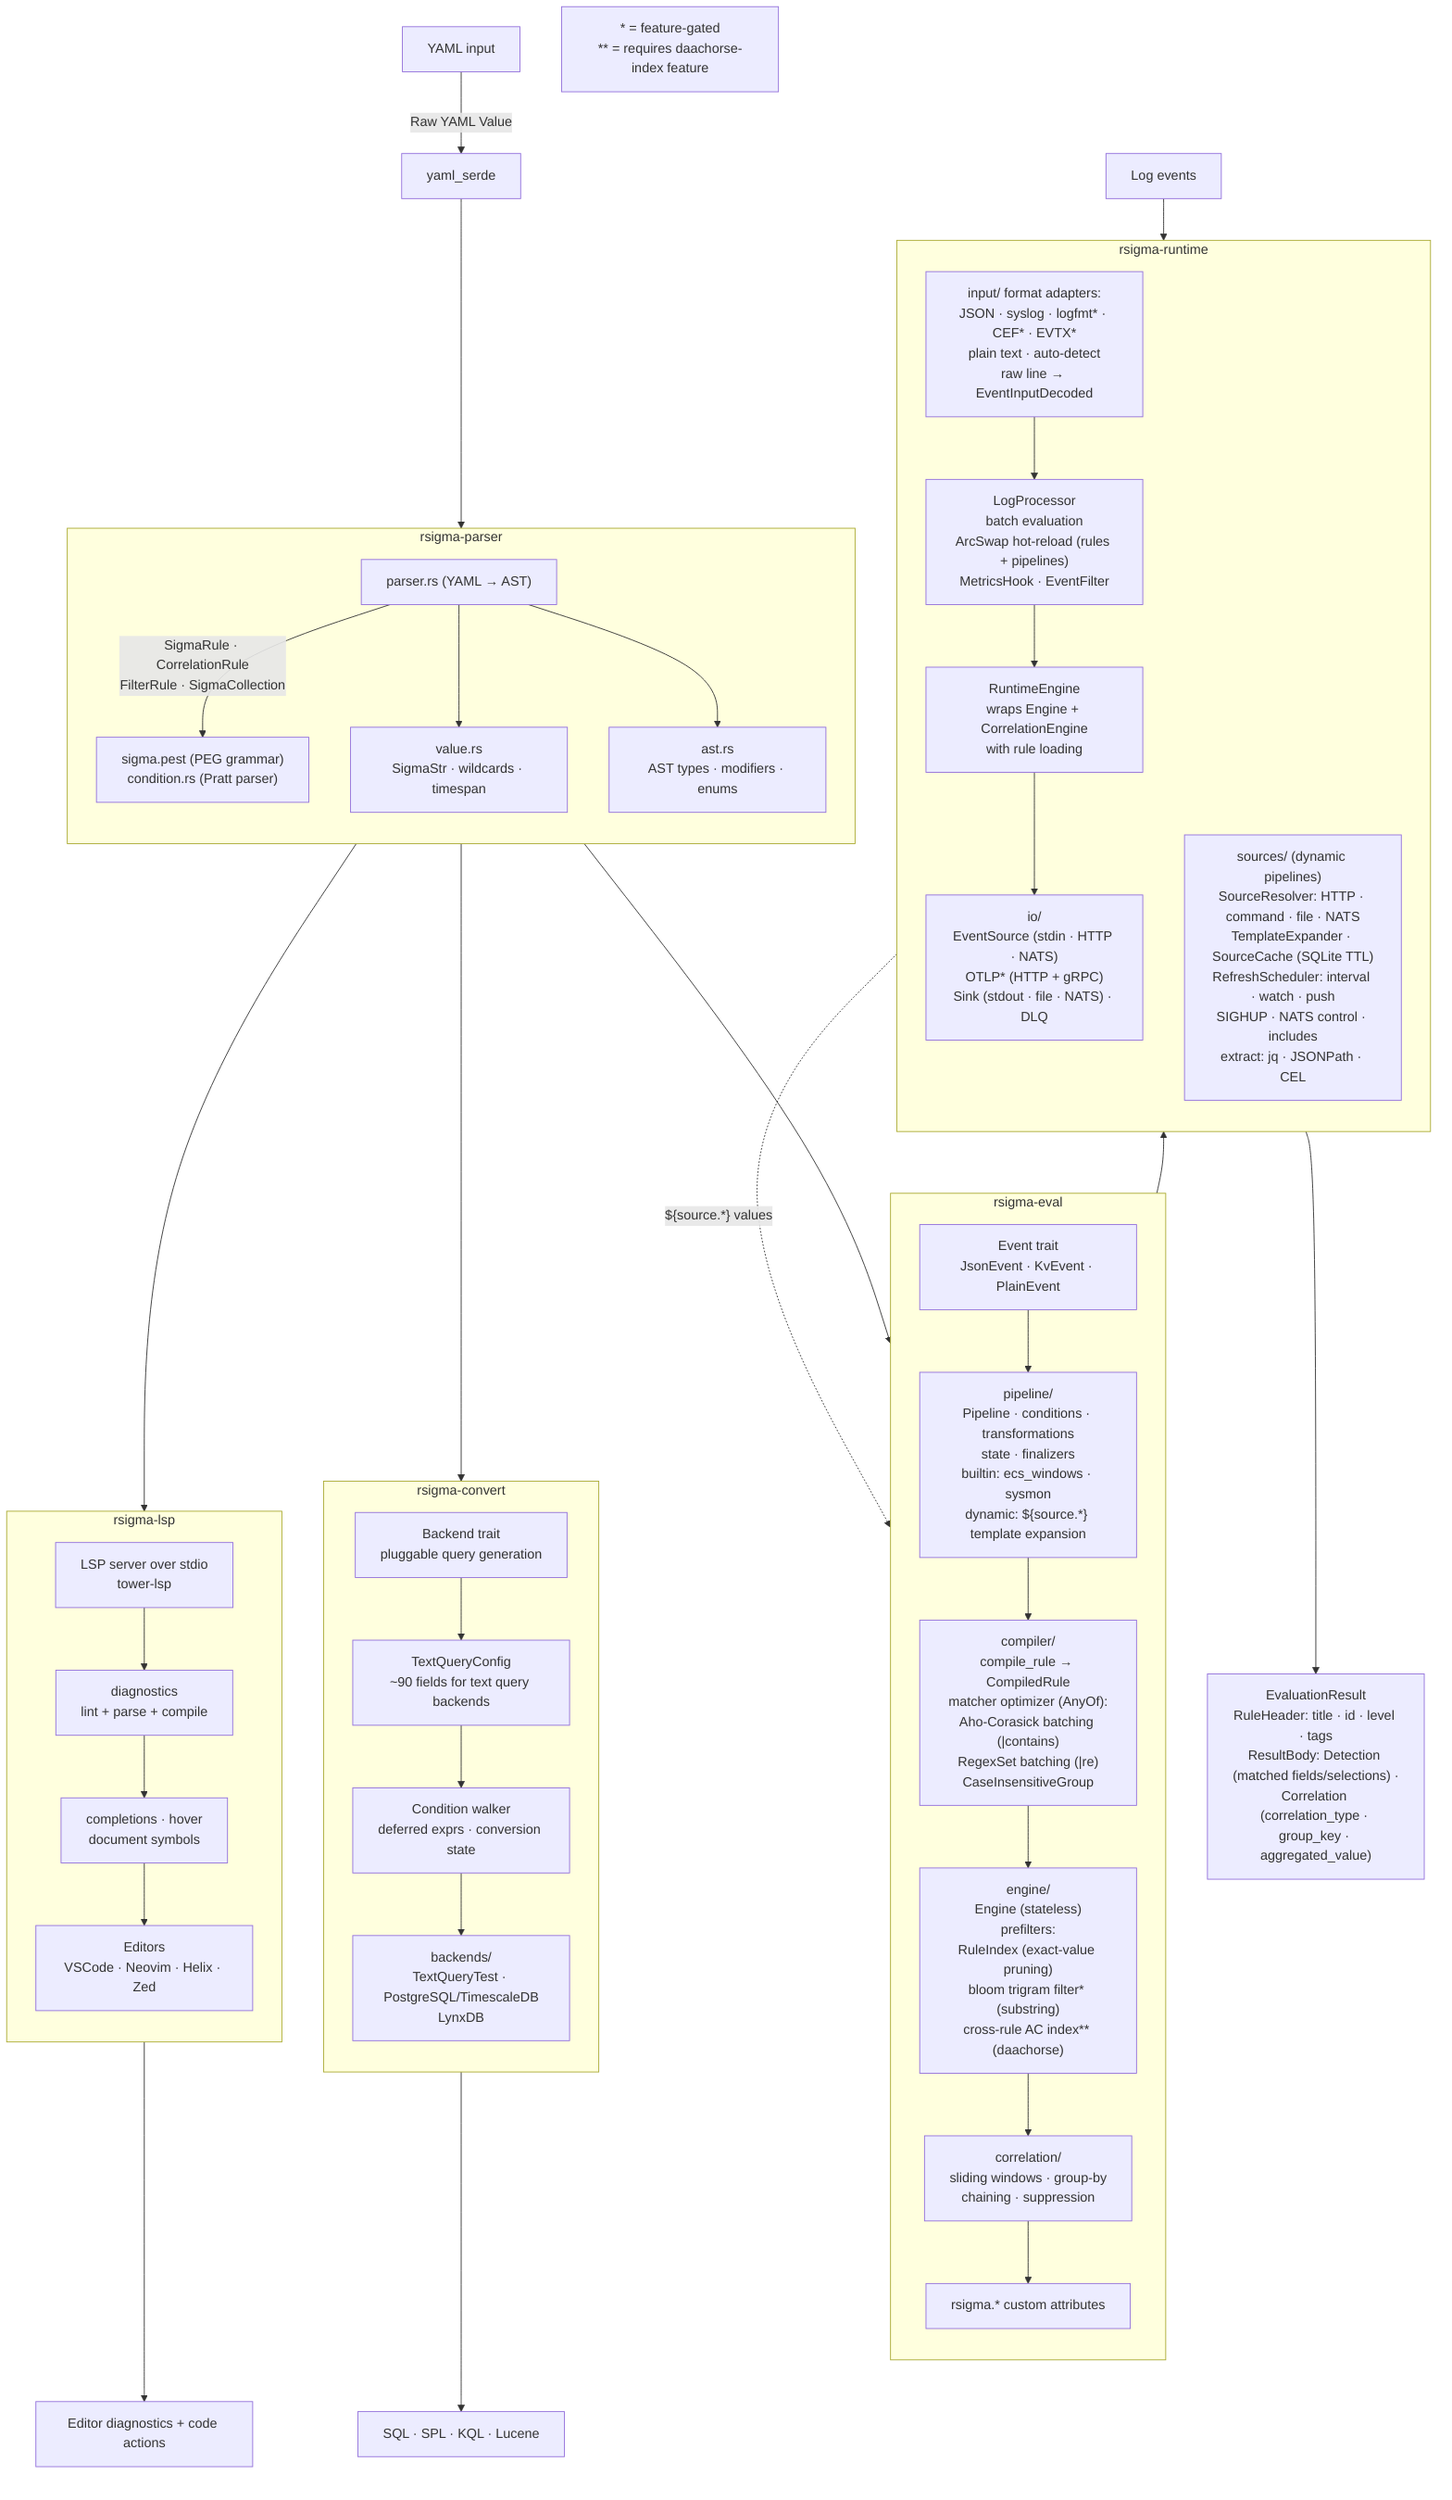
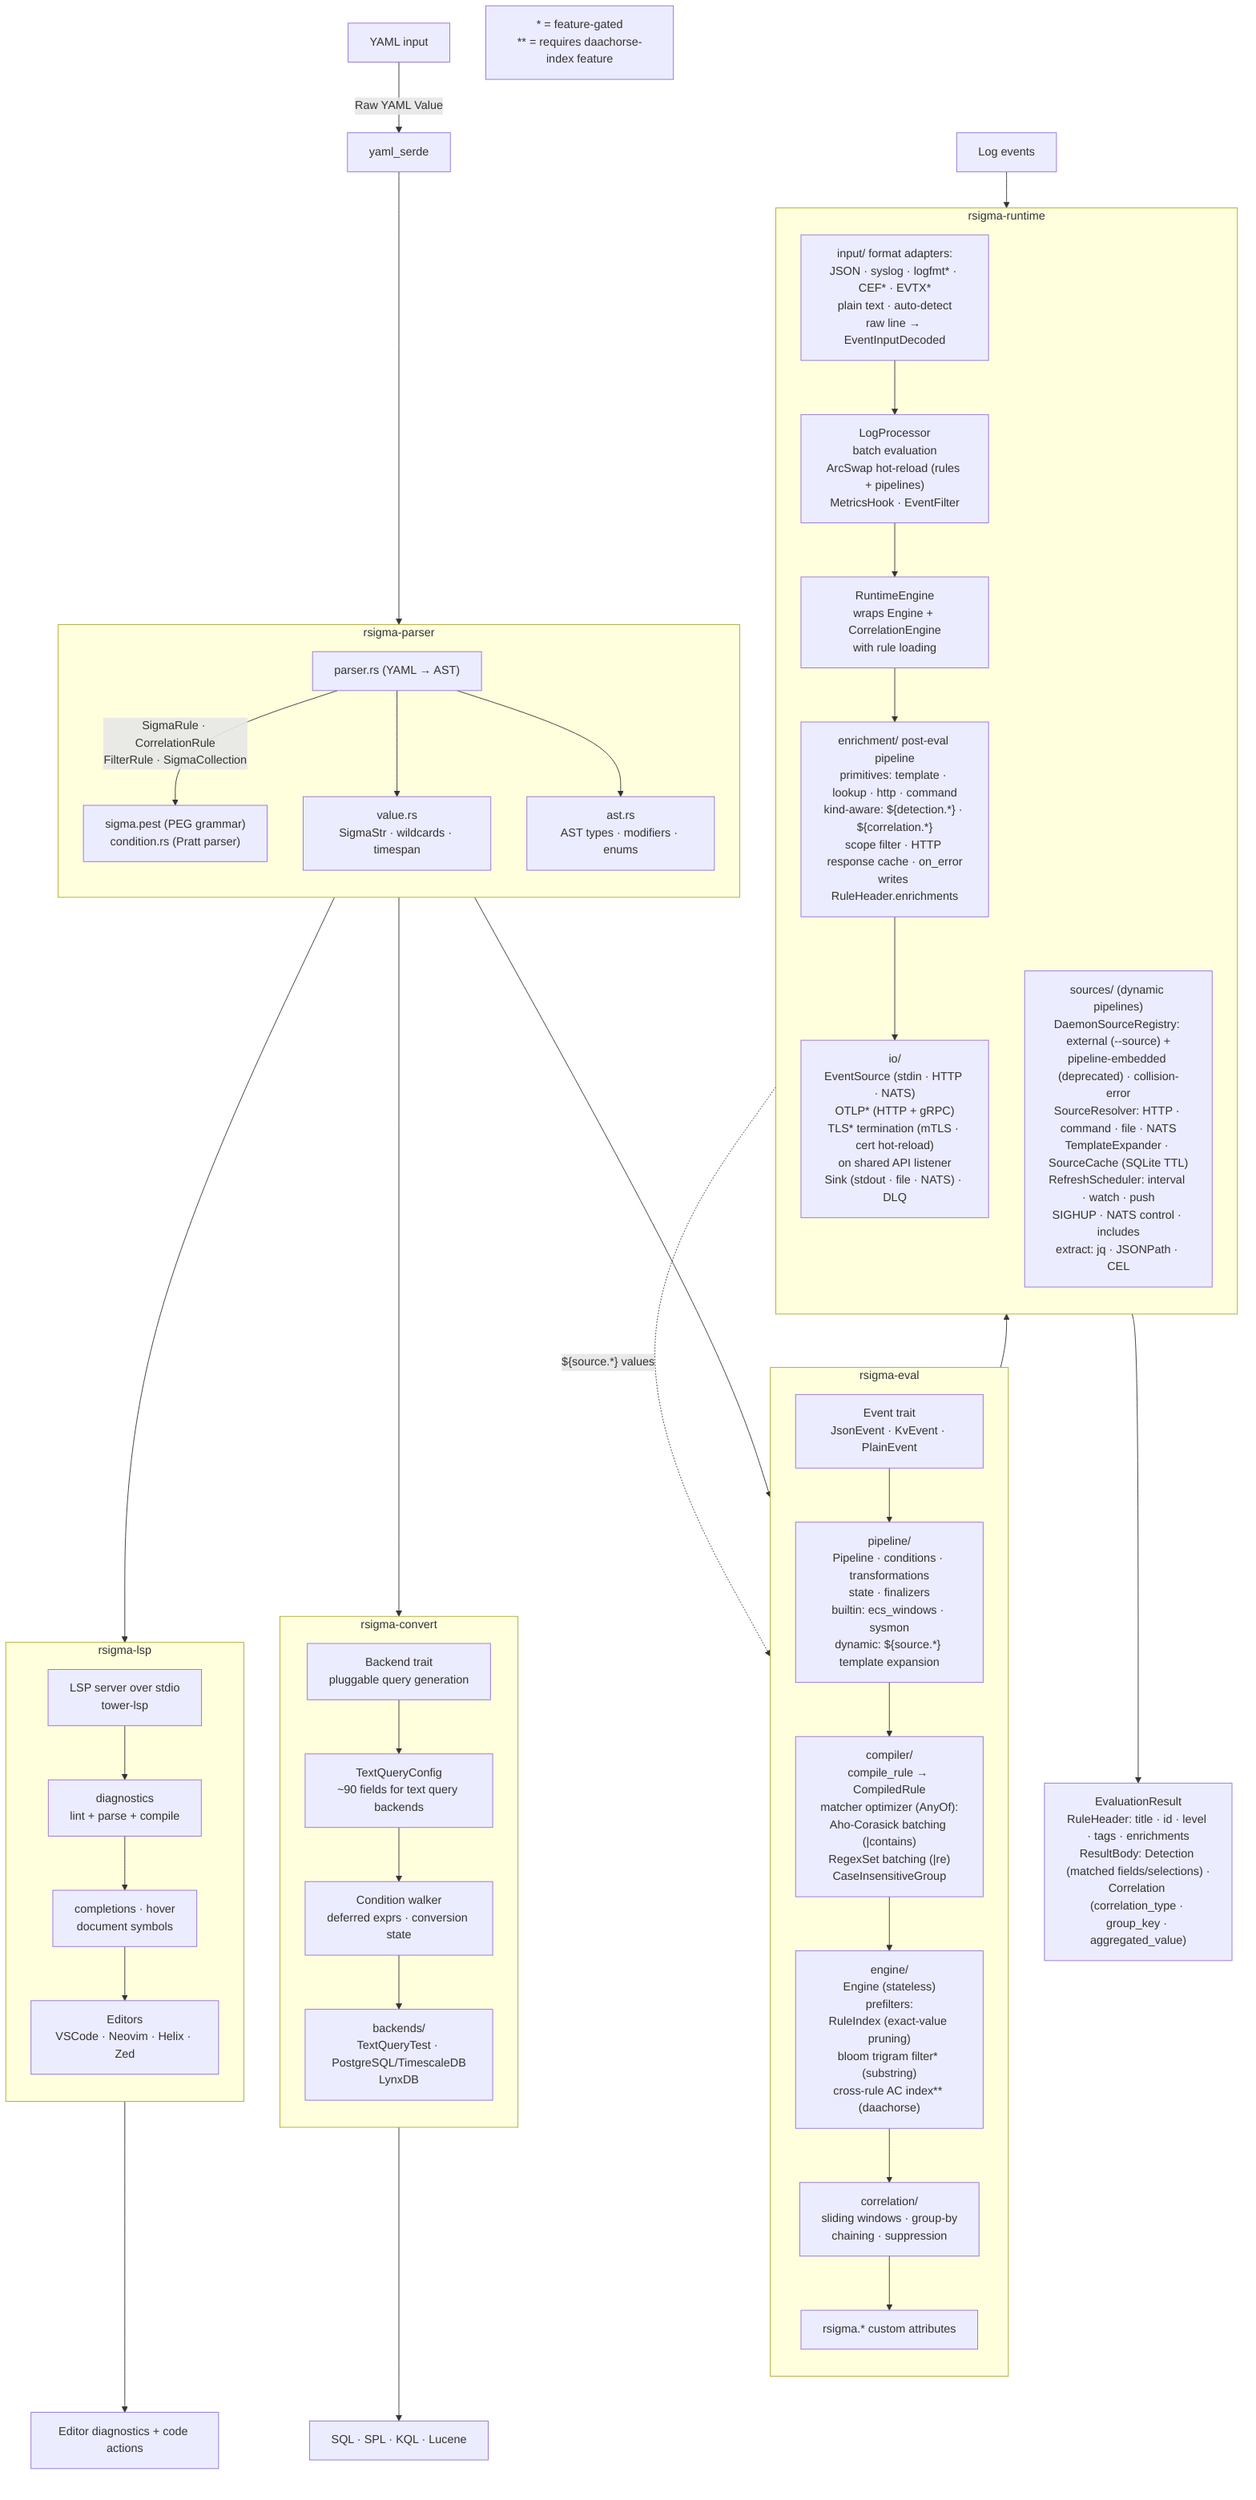
flowchart TD
    YAML["YAML input"]
    SERDE["yaml_serde"]
    EVENTS["Log events"]
-     OUTPUT["EvaluationResult\nRuleHeader: title · id · level · tags\nResultBody: Detection (matched fields/selections) ·\nCorrelation (correlation_type · group_key · aggregated_value)"]
+     OUTPUT["EvaluationResult\nRuleHeader: title · id · level · tags · enrichments\nResultBody: Detection (matched fields/selections) ·\nCorrelation (correlation_type · group_key · aggregated_value)"]
    QUERIES["SQL · SPL · KQL · Lucene"]
    EDITOR["Editor diagnostics + code actions"]
    LEGEND["* = feature-gated\n** = requires daachorse-index feature"]

    subgraph rsigma-parser
        direction TB
        PARSE["parser.rs (YAML → AST)"] -->|"SigmaRule · CorrelationRule\nFilterRule · SigmaCollection"| PEST["sigma.pest (PEG grammar)\ncondition.rs (Pratt parser)"]
        PARSE --> VALUE["value.rs\nSigmaStr · wildcards · timespan"]
        PARSE --> AST["ast.rs\nAST types · modifiers · enums"]
    end

    subgraph rsigma-eval
        direction TB
        ETRAIT["Event trait\nJsonEvent · KvEvent · PlainEvent"]
        ETRAIT --> EPIPE["pipeline/\nPipeline · conditions · transformations\nstate · finalizers\nbuiltin: ecs_windows · sysmon\ndynamic: ${source.*} template expansion"]
        EPIPE --> ECOMP["compiler/\ncompile_rule → CompiledRule\nmatcher optimizer (AnyOf):\nAho-Corasick batching (|contains)\nRegexSet batching (|re)\nCaseInsensitiveGroup"]
        ECOMP --> EENG["engine/\nEngine (stateless)\nprefilters:\nRuleIndex (exact-value pruning)\nbloom trigram filter* (substring)\ncross-rule AC index** (daachorse)"]
        EENG --> ECORR["correlation/\nsliding windows · group-by\nchaining · suppression"]
        ECORR --> ECUST["rsigma.* custom attributes"]
    end

    subgraph rsigma-convert
        direction TB
        CBACK["Backend trait\npluggable query generation"]
        CBACK --> CTQC["TextQueryConfig\n~90 fields for text query backends"]
        CTQC --> CWALK["Condition walker\ndeferred exprs · conversion state"]
        CWALK --> CENDS["backends/\nTextQueryTest · PostgreSQL/TimescaleDB\nLynxDB"]
    end

    subgraph rsigma-lsp
        direction TB
        LSERV["LSP server over stdio\ntower-lsp"]
        LSERV --> LDIAG["diagnostics\nlint + parse + compile"]
        LDIAG --> LFEAT["completions · hover\ndocument symbols"]
        LFEAT --> LEDIT["Editors\nVSCode · Neovim · Helix · Zed"]
    end

    subgraph rsigma-runtime
        direction TB
        RINPUT["input/ format adapters:\nJSON · syslog · logfmt* · CEF* · EVTX*\nplain text · auto-detect\nraw line → EventInputDecoded"]
        RINPUT --> RPROC["LogProcessor\nbatch evaluation\nArcSwap hot-reload (rules + pipelines)\nMetricsHook · EventFilter"]
        RPROC --> RENG["RuntimeEngine\nwraps Engine + CorrelationEngine\nwith rule loading"]
-         RENG --> RIO["io/\nEventSource (stdin · HTTP · NATS)\nOTLP* (HTTP + gRPC)\nSink (stdout · file · NATS) · DLQ"]
-         RSRC["sources/ (dynamic pipelines)\nSourceResolver: HTTP · command · file · NATS\nTemplateExpander · SourceCache (SQLite TTL)\nRefreshScheduler: interval · watch · push\nSIGHUP · NATS control · includes\nextract: jq · JSONPath · CEL"]
+         RENG --> RENRICH["enrichment/ post-eval pipeline\nprimitives: template · lookup · http · command\nkind-aware: ${detection.*} · ${correlation.*}\nscope filter · HTTP response cache · on_error\nwrites RuleHeader.enrichments"]
+         RENRICH --> RIO["io/\nEventSource (stdin · HTTP · NATS)\nOTLP* (HTTP + gRPC)\nTLS* termination (mTLS · cert hot-reload)\non shared API listener\nSink (stdout · file · NATS) · DLQ"]
+         RSRC["sources/ (dynamic pipelines)\nDaemonSourceRegistry: external (--source) +\npipeline-embedded (deprecated) · collision-error\nSourceResolver: HTTP · command · file · NATS\nTemplateExpander · SourceCache (SQLite TTL)\nRefreshScheduler: interval · watch · push\nSIGHUP · NATS control · includes\nextract: jq · JSONPath · CEL"]
    end

    YAML -->|"Raw YAML Value"| SERDE
    SERDE --> PARSE
    PEST --> ETRAIT
    PEST --> CBACK
    PEST --> LSERV
    ECUST --> RENG
    EVENTS --> RINPUT
    RIO --> OUTPUT
    CENDS --> QUERIES
    LEDIT --> EDITOR
    RSRC -.->|"${source.*} values"| EPIPE
